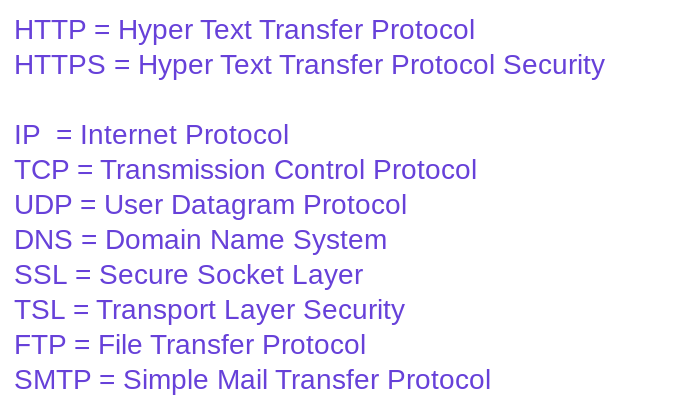
This is Fundamentals/internet.excalidraw.svg from Polash-Hemrom/Software_Engineering, a Excalidraw export, as it was before one commit. Source tidied: one line per element, renumbered; positions are measured from the earlier drawing's top-left corner, leaving out a move shared by most shapes. The source it was exported from:
```json
{"id": 0, "type": "text", "text": "HTTP = Hyper Text Transfer Protocol\nHTTPS = Hyper Text Transfer Protocol Security\n\nIP  = Internet Protocol\nTCP = Transmission Control Protocol\nUDP = User Datagram Protocol\nDNS = Domain Name System\nSSL = Secure Socket Layer\nTSL = Transport Layer Security\nFTP = File Transfer Protocol\nSMTP = Simple Mail Transfer Protocol", "strokeColor": "#6741d9", "strokeWidth": 2, "roughness": 1, "fontSize": 20, "fontFamily": 5, "x": 0, "y": 0, "width": 480, "height": 275}
```
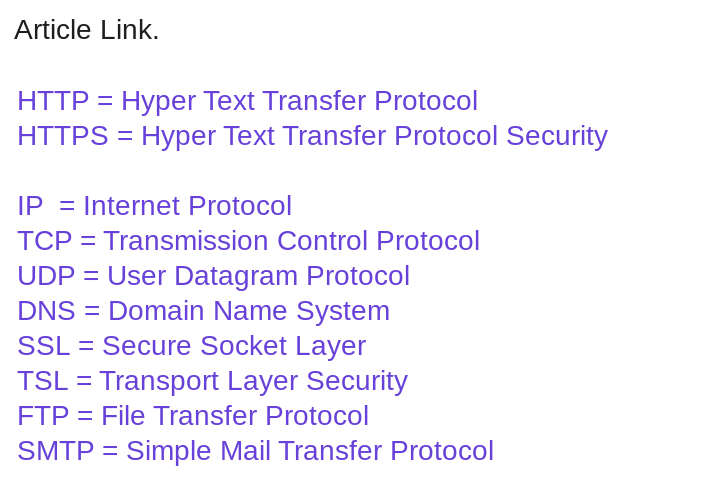
After the commit.

Commit message:
Learn about internet basics

Change to the diagram source:
```diff
@@ -1,1 +1,2 @@
 {"id": 0, "type": "text", "text": "HTTP = Hyper Text Transfer Protocol\nHTTPS = Hyper Text Transfer Protocol Security\n\nIP  = Internet Protocol\nTCP = Transmission Control Protocol\nUDP = User Datagram Protocol\nDNS = Domain Name System\nSSL = Secure Socket Layer\nTSL = Transport Layer Security\nFTP = File Transfer Protocol\nSMTP = Simple Mail Transfer Protocol", "strokeColor": "#6741d9", "strokeWidth": 2, "roughness": 1, "fontSize": 20, "fontFamily": 5, "x": 0, "y": 0, "width": 480, "height": 275}
+{"id": 1, "type": "text", "text": "Article Link.", "strokeColor": "#1e1e1e", "strokeWidth": 2, "roughness": 1, "fontSize": 20, "fontFamily": 5, "x": -2, "y": -51, "width": 114, "height": 25}
```
